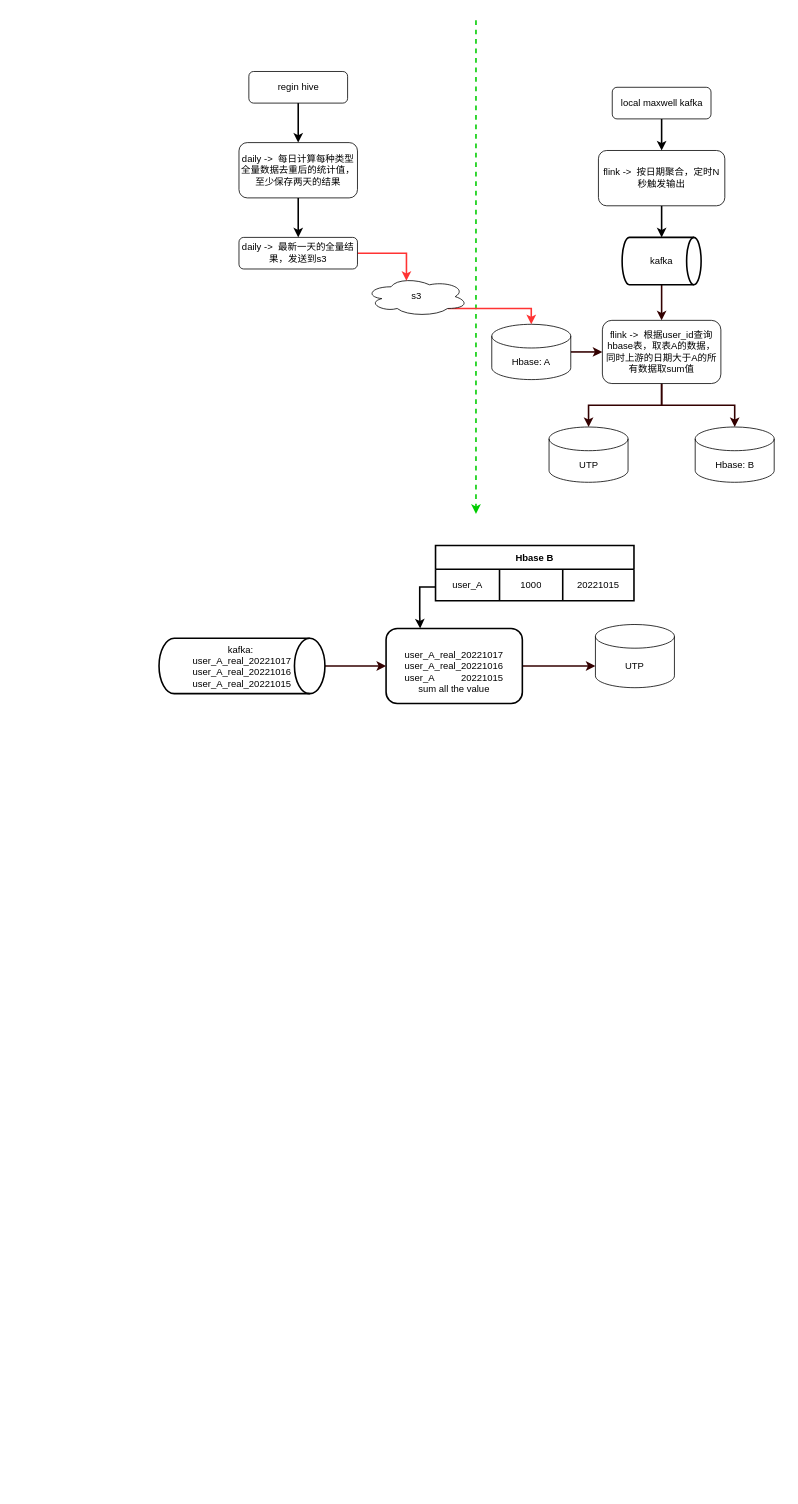
Before: 未命名绘图.drawio in LadyTao/flink-study, a draw.io diagram. Source tidied: cells renumbered, new cells numbered last; positions are measured from the earlier drawing's top-left corner, leaving out a move shared by most shapes. Both pictures are drawn from the tidied source at 79%, with x=0, y=0 at pixel (159, 20).
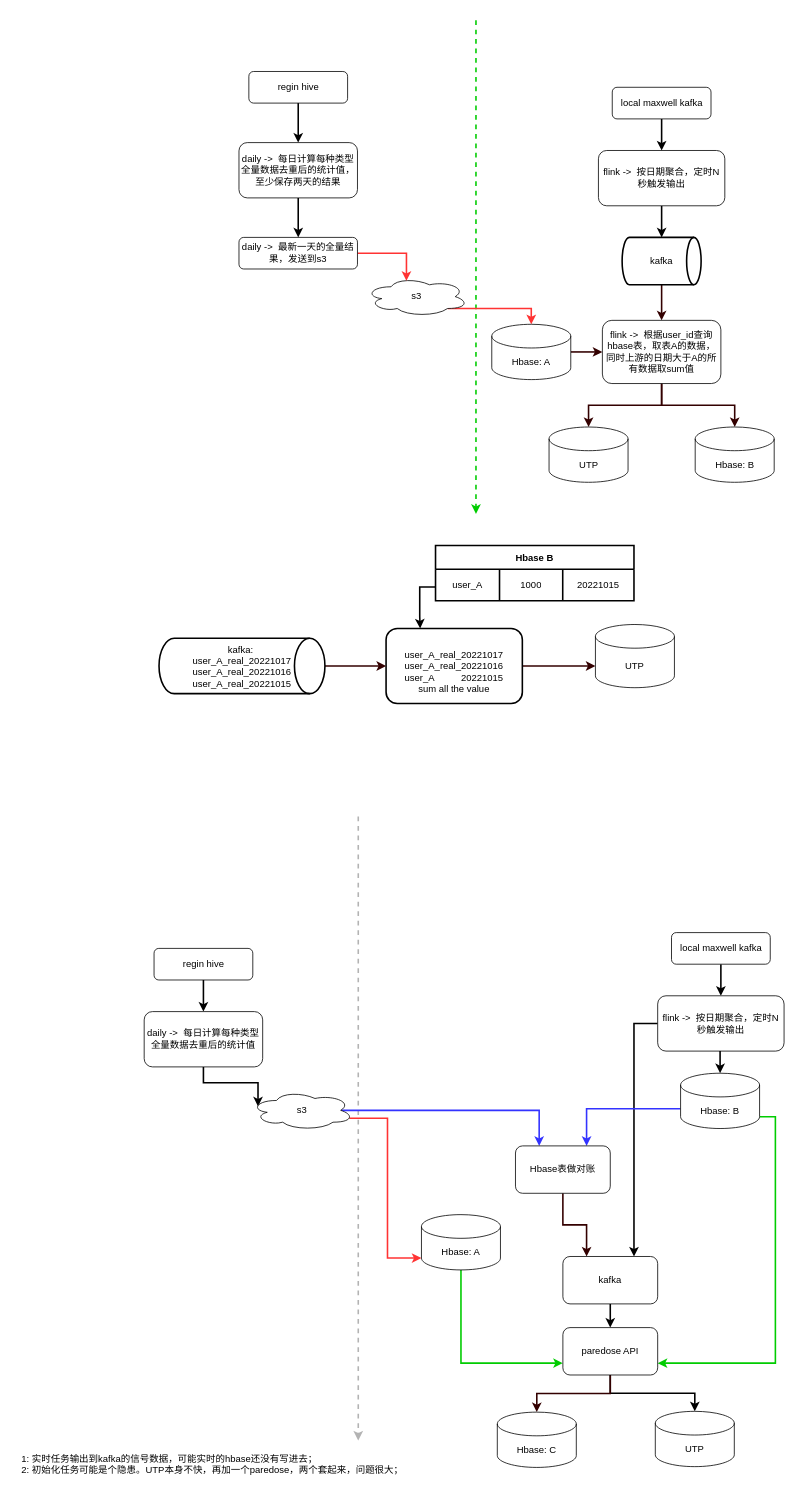
After the change.

Commit message:
更新未命名绘图.drawio

Change to the diagram source:
```diff
@@
+    <mxCell id="37" style="edgeStyle=none;orthogonalLoop=1;jettySize=auto;html=1;rounded=0;strokeWidth=2;dashed=1;strokeColor=#B3B3B3;" parent="1" edge="1">
+      <mxGeometry relative="1" as="geometry">
+        <mxPoint x="252" y="1008" as="sourcePoint" />
+        <mxPoint x="252" y="1798" as="targetPoint" />
+      </mxGeometry>
+    </mxCell>
+    <mxCell id="38" style="edgeStyle=orthogonalEdgeStyle;rounded=0;jettySize=auto;html=1;exitX=0.5;exitY=1;exitDx=0;exitDy=0;entryX=0.5;entryY=0;entryDx=0;entryDy=0;strokeWidth=2;" parent="1" edge="1" source="39" target="43">
+      <mxGeometry relative="1" as="geometry" />
+    </mxCell>
+    <mxCell id="39" value="regin hive" style="rounded=1;whiteSpace=wrap;html=1;" parent="1" vertex="1">
+      <mxGeometry x="-6.5" y="1175" width="125" height="40" as="geometry" />
+    </mxCell>
+    <mxCell id="40" style="edgeStyle=orthogonalEdgeStyle;rounded=0;jettySize=auto;html=1;exitX=0.5;exitY=1;exitDx=0;exitDy=0;entryX=0.5;entryY=0;entryDx=0;entryDy=0;strokeWidth=2;" parent="1" edge="1" source="41" target="51">
+      <mxGeometry relative="1" as="geometry" />
+    </mxCell>
+    <mxCell id="41" value="local maxwell kafka" style="rounded=1;whiteSpace=wrap;html=1;" parent="1" vertex="1">
+      <mxGeometry x="648.5" y="1155" width="125" height="40" as="geometry" />
+    </mxCell>
+    <mxCell id="42" style="edgeStyle=orthogonalEdgeStyle;rounded=0;jettySize=auto;html=1;exitX=0.5;exitY=1;exitDx=0;exitDy=0;entryX=0.07;entryY=0.4;entryDx=0;entryDy=0;entryPerimeter=0;strokeWidth=2;" parent="1" edge="1" source="43" target="46">
+      <mxGeometry relative="1" as="geometry" />
+    </mxCell>
+    <mxCell id="43" value="daily -&amp;gt;&amp;nbsp; 每日计算每种类型全量数据去重后的统计值" style="rounded=1;whiteSpace=wrap;html=1;" parent="1" vertex="1">
+      <mxGeometry x="-19" y="1255" width="150" height="70" as="geometry" />
+    </mxCell>
+    <mxCell id="44" style="edgeStyle=orthogonalEdgeStyle;rounded=0;jettySize=auto;html=1;exitX=0.96;exitY=0.7;exitDx=0;exitDy=0;exitPerimeter=0;entryX=0;entryY=1;entryDx=0;entryDy=-15;entryPerimeter=0;strokeWidth=2;strokeColor=#FF3333;" parent="1" edge="1" source="46" target="48">
+      <mxGeometry relative="1" as="geometry" />
+    </mxCell>
+    <mxCell id="45" style="edgeStyle=orthogonalEdgeStyle;rounded=0;jettySize=auto;html=1;exitX=0.875;exitY=0.5;exitDx=0;exitDy=0;exitPerimeter=0;entryX=0.25;entryY=0;entryDx=0;entryDy=0;strokeColor=#3333FF;strokeWidth=2;" parent="1" edge="1" source="46" target="62">
+      <mxGeometry relative="1" as="geometry" />
+    </mxCell>
+    <mxCell id="46" value="s3" style="ellipse;shape=cloud;whiteSpace=wrap;html=1;" parent="1" vertex="1">
+      <mxGeometry x="116" y="1355" width="130" height="50" as="geometry" />
+    </mxCell>
+    <mxCell id="47" style="edgeStyle=orthogonalEdgeStyle;rounded=0;jettySize=auto;html=1;exitX=0.5;exitY=1;exitDx=0;exitDy=0;exitPerimeter=0;entryX=0;entryY=0.75;entryDx=0;entryDy=0;strokeColor=#00CC00;strokeWidth=2;" parent="1" edge="1" source="48" target="60">
+      <mxGeometry relative="1" as="geometry" />
+    </mxCell>
+    <mxCell id="48" value="Hbase: A" style="shape=cylinder3;whiteSpace=wrap;html=1;boundedLbl=1;backgroundOutline=1;size=15;" parent="1" vertex="1">
+      <mxGeometry x="332" y="1512" width="100" height="70" as="geometry" />
+    </mxCell>
+    <mxCell id="49" style="edgeStyle=orthogonalEdgeStyle;rounded=0;jettySize=auto;html=1;exitX=0.5;exitY=1;exitDx=0;exitDy=0;entryX=0.5;entryY=0;entryDx=0;entryDy=0;entryPerimeter=0;strokeWidth=2;" parent="1" edge="1" source="51" target="54">
+      <mxGeometry relative="1" as="geometry" />
+    </mxCell>
+    <mxCell id="50" style="edgeStyle=orthogonalEdgeStyle;rounded=0;jettySize=auto;html=1;exitX=0;exitY=0.5;exitDx=0;exitDy=0;entryX=0.75;entryY=0;entryDx=0;entryDy=0;strokeWidth=2;" parent="1" edge="1" source="51" target="57">
+      <mxGeometry relative="1" as="geometry" />
+    </mxCell>
+    <mxCell id="51" value="flink -&amp;gt;&amp;nbsp; 按日期聚合，定时N秒触发输出" style="rounded=1;whiteSpace=wrap;html=1;" parent="1" vertex="1">
+      <mxGeometry x="631" y="1235" width="160" height="70" as="geometry" />
+    </mxCell>
+    <mxCell id="52" style="edgeStyle=orthogonalEdgeStyle;rounded=0;jettySize=auto;html=1;exitX=1;exitY=1;exitDx=0;exitDy=-15;exitPerimeter=0;entryX=1;entryY=0.75;entryDx=0;entryDy=0;strokeColor=#00CC00;strokeWidth=2;" parent="1" edge="1" source="54" target="60">
+      <mxGeometry relative="1" as="geometry" />
+    </mxCell>
+    <mxCell id="53" style="edgeStyle=orthogonalEdgeStyle;rounded=0;jettySize=auto;html=1;exitX=0;exitY=0;exitDx=0;exitDy=45;exitPerimeter=0;entryX=0.75;entryY=0;entryDx=0;entryDy=0;strokeColor=#3333FF;strokeWidth=2;" parent="1" edge="1" source="54" target="62">
+      <mxGeometry relative="1" as="geometry" />
+    </mxCell>
+    <mxCell id="54" value="Hbase: B" style="shape=cylinder3;whiteSpace=wrap;html=1;boundedLbl=1;backgroundOutline=1;size=15;" parent="1" vertex="1">
+      <mxGeometry x="660" y="1333" width="100" height="70" as="geometry" />
+    </mxCell>
+    <mxCell id="55" value="UTP" style="shape=cylinder3;whiteSpace=wrap;html=1;boundedLbl=1;backgroundOutline=1;size=15;" parent="1" vertex="1">
+      <mxGeometry x="628" y="1761" width="100" height="70" as="geometry" />
+    </mxCell>
+    <mxCell id="56" style="edgeStyle=orthogonalEdgeStyle;rounded=0;jettySize=auto;html=1;exitX=0.5;exitY=1;exitDx=0;exitDy=0;entryX=0.5;entryY=0;entryDx=0;entryDy=0;strokeWidth=2;" parent="1" edge="1" source="57" target="60">
+      <mxGeometry relative="1" as="geometry" />
+    </mxCell>
+    <mxCell id="57" value="kafka" style="rounded=1;whiteSpace=wrap;html=1;" parent="1" vertex="1">
+      <mxGeometry x="511" y="1565" width="120" height="60" as="geometry" />
+    </mxCell>
+    <mxCell id="58" style="edgeStyle=orthogonalEdgeStyle;rounded=0;jettySize=auto;html=1;exitX=0.5;exitY=1;exitDx=0;exitDy=0;entryX=0.5;entryY=0;entryDx=0;entryDy=0;entryPerimeter=0;strokeWidth=2;" parent="1" edge="1" source="60" target="55">
+      <mxGeometry relative="1" as="geometry" />
+    </mxCell>
+    <mxCell id="59" style="edgeStyle=orthogonalEdgeStyle;rounded=0;jettySize=auto;html=1;exitX=0.5;exitY=1;exitDx=0;exitDy=0;entryX=0.5;entryY=0;entryDx=0;entryDy=0;entryPerimeter=0;strokeColor=#330000;strokeWidth=2;" parent="1" edge="1" source="60" target="64">
+      <mxGeometry relative="1" as="geometry" />
+    </mxCell>
+    <mxCell id="60" value="paredose API" style="rounded=1;whiteSpace=wrap;html=1;" parent="1" vertex="1">
+      <mxGeometry x="511" y="1655" width="120" height="60" as="geometry" />
+    </mxCell>
+    <mxCell id="61" style="edgeStyle=orthogonalEdgeStyle;rounded=0;jettySize=auto;html=1;exitX=0.5;exitY=1;exitDx=0;exitDy=0;entryX=0.25;entryY=0;entryDx=0;entryDy=0;strokeColor=#330000;strokeWidth=2;" parent="1" edge="1" source="62" target="57">
+      <mxGeometry relative="1" as="geometry" />
+    </mxCell>
+    <mxCell id="62" value="Hbase表做对账" style="rounded=1;whiteSpace=wrap;html=1;" parent="1" vertex="1">
+      <mxGeometry x="451" y="1425" width="120" height="60" as="geometry" />
+    </mxCell>
+    <mxCell id="63" value="&lt;div style=&quot;text-align: left;&quot;&gt;&lt;span style=&quot;background-color: initial;&quot;&gt;1: 实时任务输出到kafka的信号数据，可能实时的hbase还没有写进去；&lt;/span&gt;&lt;/div&gt;&lt;div style=&quot;text-align: left;&quot;&gt;&lt;span style=&quot;background-color: initial;&quot;&gt;2: 初始化任务可能是个隐患。UTP本身不快，再加一个paredose，两个套起来，问题很大；&lt;/span&gt;&lt;/div&gt;&lt;div style=&quot;text-align: left;&quot;&gt;&lt;span style=&quot;background-color: initial;&quot;&gt;&lt;br&gt;&lt;/span&gt;&lt;/div&gt;" style="text;html=1;align=center;verticalAlign=middle;fillColor=none;strokeColor=none;rounded=0;" parent="1" vertex="1">
+      <mxGeometry x="-184" y="1807" width="501" height="55" as="geometry" />
+    </mxCell>
+    <mxCell id="64" value="Hbase: C" style="shape=cylinder3;whiteSpace=wrap;html=1;boundedLbl=1;backgroundOutline=1;size=15;" parent="1" vertex="1">
+      <mxGeometry x="428" y="1762" width="100" height="70" as="geometry" />
+    </mxCell>
```
